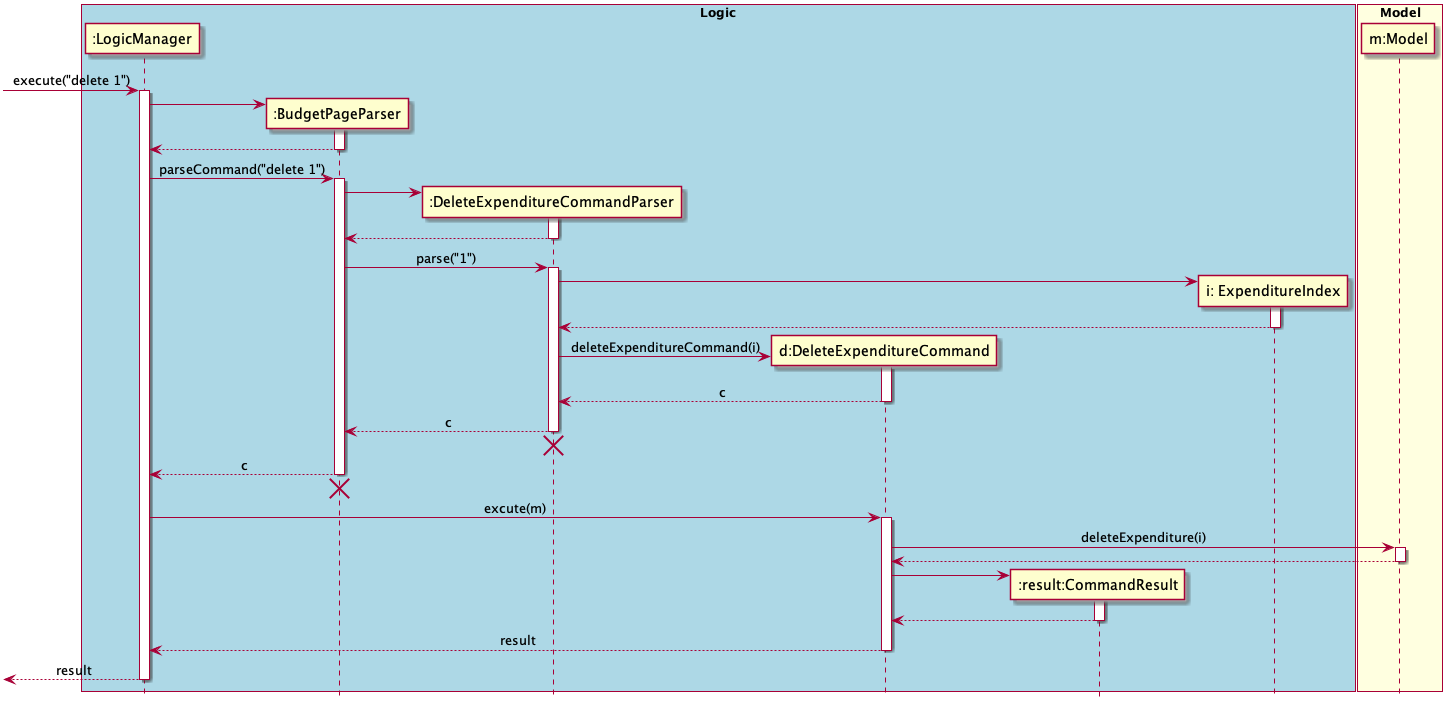
Earlier version of the PlantUML export docs/diagrams/commandsPlantUML/diagram/DeleteExpenditureCommand.png (yu-ming-chen/tp).
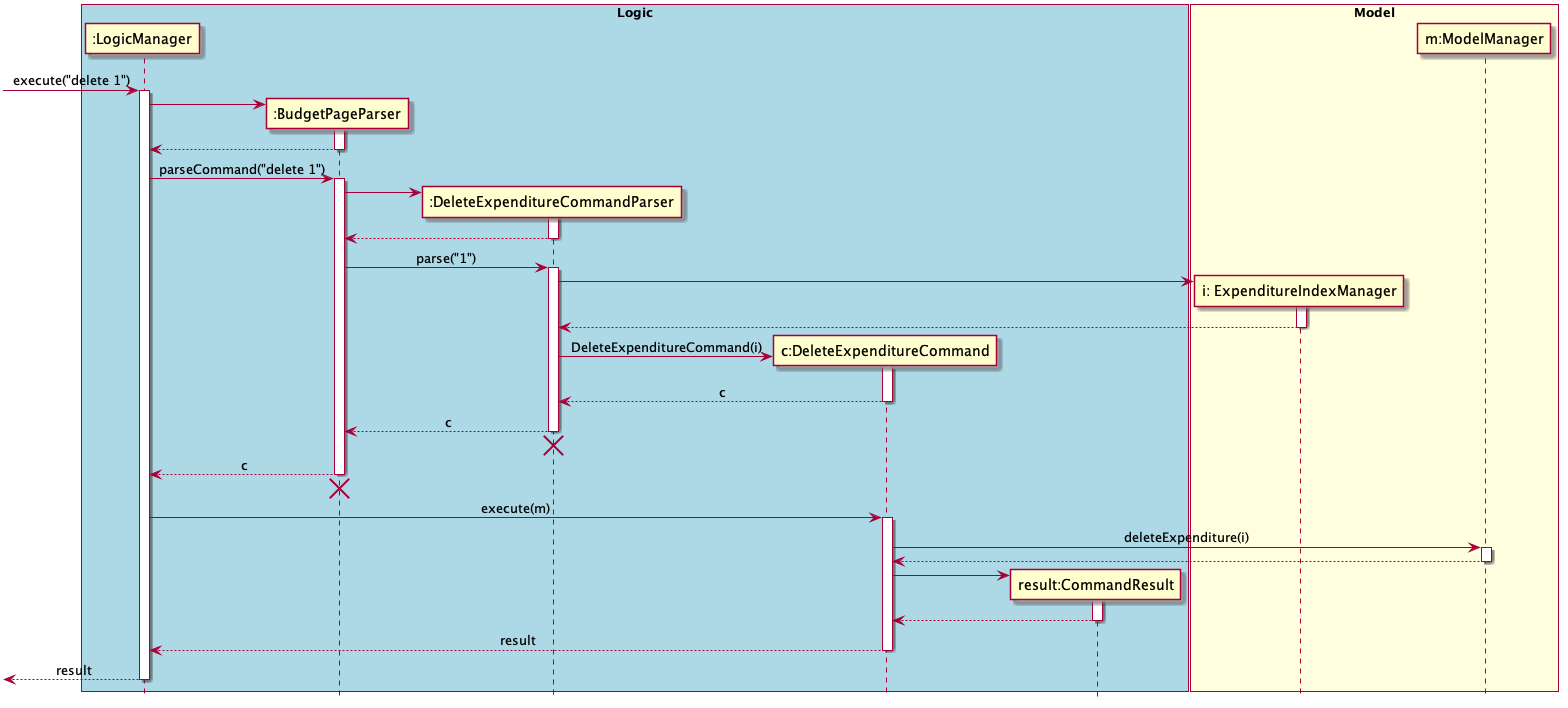
The same diagram one commit later.

What changed in the source:
```diff
@@ -7,13 +7,13 @@
 participant ":LogicManager" as LM
 participant ":BudgetPageParser" as BPP
 participant ":DeleteExpenditureCommandParser" as DECP
-participant "d:DeleteExpenditureCommand" as DEC
-participant ":result:CommandResult" as CR
-participant "i: ExpenditureIndex" as EI
+participant "c:DeleteExpenditureCommand" as DEC
+participant "result:CommandResult" as CR
 end box
 
 box "Model" #LightYellow
-participant "m:Model" as M
+participant "i: ExpenditureIndexManager" as EI
+participant "m:ModelManager" as M
 end box
 
 [-> LM : execute("delete 1")
@@ -42,7 +42,7 @@
 deactivate EI
 
 create DEC
-DECP -> DEC : deleteExpenditureCommand(i)
+DECP -> DEC : DeleteExpenditureCommand(i)
 activate DEC
 DECP <-- DEC : c
 deactivate DEC
@@ -57,7 +57,7 @@
 LM <-[hidden]- BPP
 destroy BPP
 
-LM -> DEC : excute(m)
+LM -> DEC : execute(m)
 activate DEC
 DEC -> M : deleteExpenditure(i)
 activate M
```
